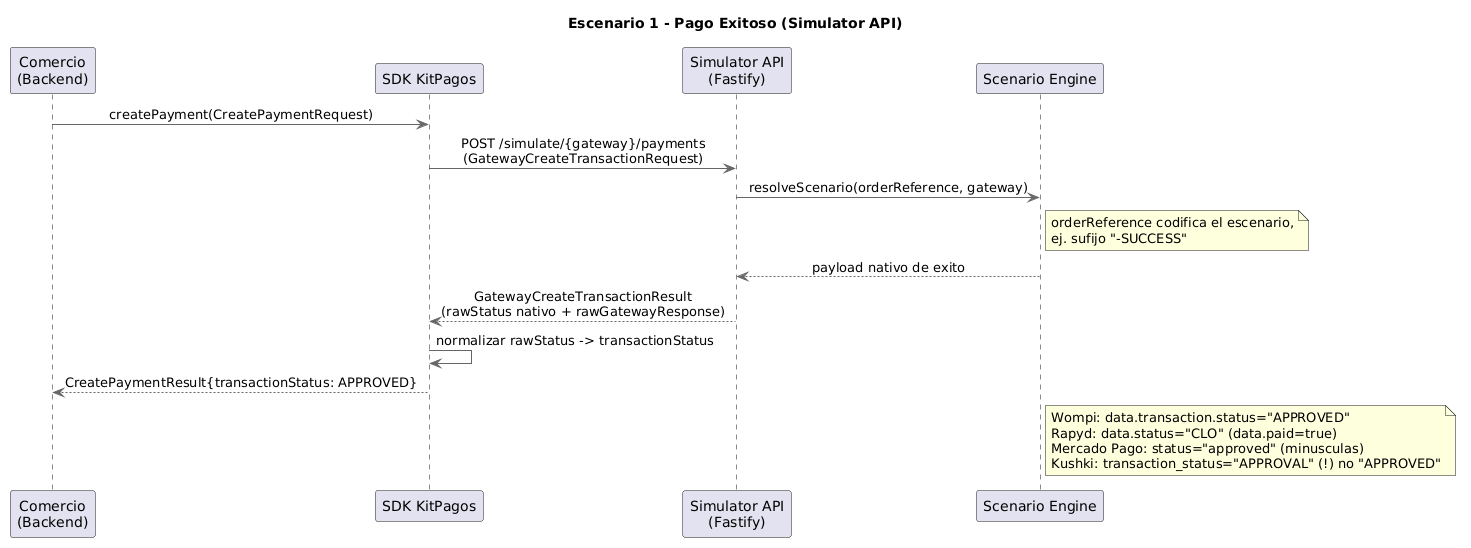
PurosBrothers/Kit-Pagos-Colombia---Tesis keeps this PlantUML diagram as docs/architecture/Simulador API/Sequence Diagram - Successful Payment.png. Above is the earlier version.
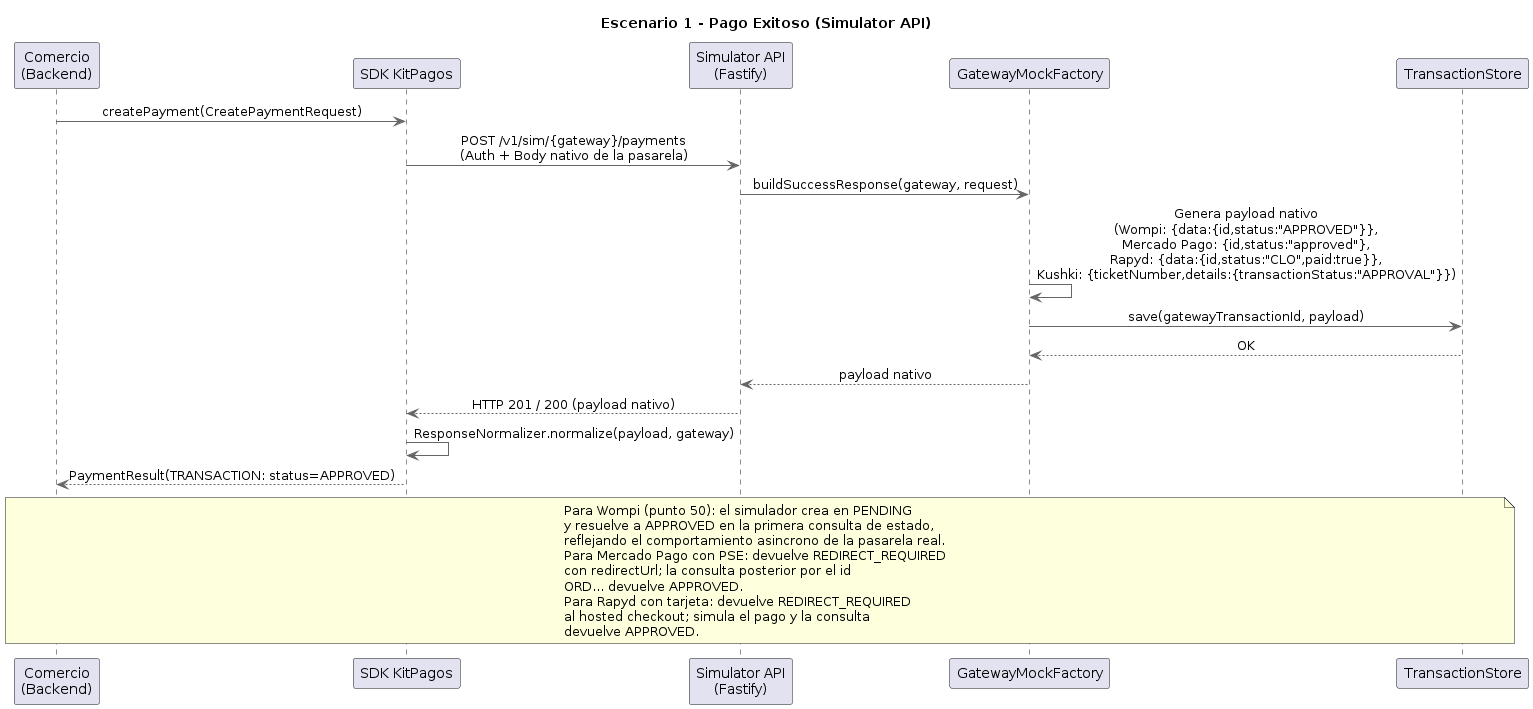
The same diagram one commit later.

Change to the diagram source:
```diff
@@ -8,24 +8,29 @@
 participant "Comercio\n(Backend)" as Comercio
 participant "SDK KitPagos" as SDK
 participant "Simulator API\n(Fastify)" as SimAPI
-participant "Scenario Engine" as Engine
+participant "GatewayMockFactory" as MockFactory
+participant "TransactionStore" as Store
 
 Comercio -> SDK : createPayment(CreatePaymentRequest)
-SDK -> SimAPI : POST /simulate/{gateway}/payments\n(GatewayCreateTransactionRequest)
-SimAPI -> Engine : resolveScenario(orderReference, gateway)
-note right of Engine
-  orderReference codifica el escenario,
-  ej. sufijo "-SUCCESS"
-end note
-Engine --> SimAPI : payload nativo de exito
-SimAPI --> SDK : GatewayCreateTransactionResult\n(rawStatus nativo + rawGatewayResponse)
-SDK -> SDK : normalizar rawStatus -> transactionStatus
-SDK --> Comercio : CreatePaymentResult{transactionStatus: APPROVED}
+SDK -> SimAPI : POST /v1/sim/{gateway}/payments\n(Auth + Body nativo de la pasarela)
+SimAPI -> MockFactory : buildSuccessResponse(gateway, request)
+MockFactory -> MockFactory : Genera payload nativo\n(Wompi: {data:{id,status:"APPROVED"}},\nMercado Pago: {id,status:"approved"},\nRapyd: {data:{id,status:"CLO",paid:true}},\nKushki: {ticketNumber,details:{transactionStatus:"APPROVAL"}})
+MockFactory -> Store : save(gatewayTransactionId, payload)
+Store --> MockFactory : OK
+MockFactory --> SimAPI : payload nativo
+SimAPI --> SDK : HTTP 201 / 200 (payload nativo)
+SDK -> SDK : ResponseNormalizer.normalize(payload, gateway)
+SDK --> Comercio : PaymentResult(TRANSACTION: status=APPROVED)
 
-note right of Engine
-  Wompi: data.transaction.status="APPROVED"
-  Rapyd: data.status="CLO" (data.paid=true)
-  Mercado Pago: status="approved" (minusculas)
-  Kushki: transaction_status="APPROVAL" (!) no "APPROVED"
+note over Comercio, Store
+  Para Wompi (punto 50): el simulador crea en PENDING
+  y resuelve a APPROVED en la primera consulta de estado,
+  reflejando el comportamiento asincrono de la pasarela real.
+  Para Mercado Pago con PSE: devuelve REDIRECT_REQUIRED
+  con redirectUrl; la consulta posterior por el id
+  ORD... devuelve APPROVED.
+  Para Rapyd con tarjeta: devuelve REDIRECT_REQUIRED
+  al hosted checkout; simula el pago y la consulta
+  devuelve APPROVED.
 end note
 @enduml
```
